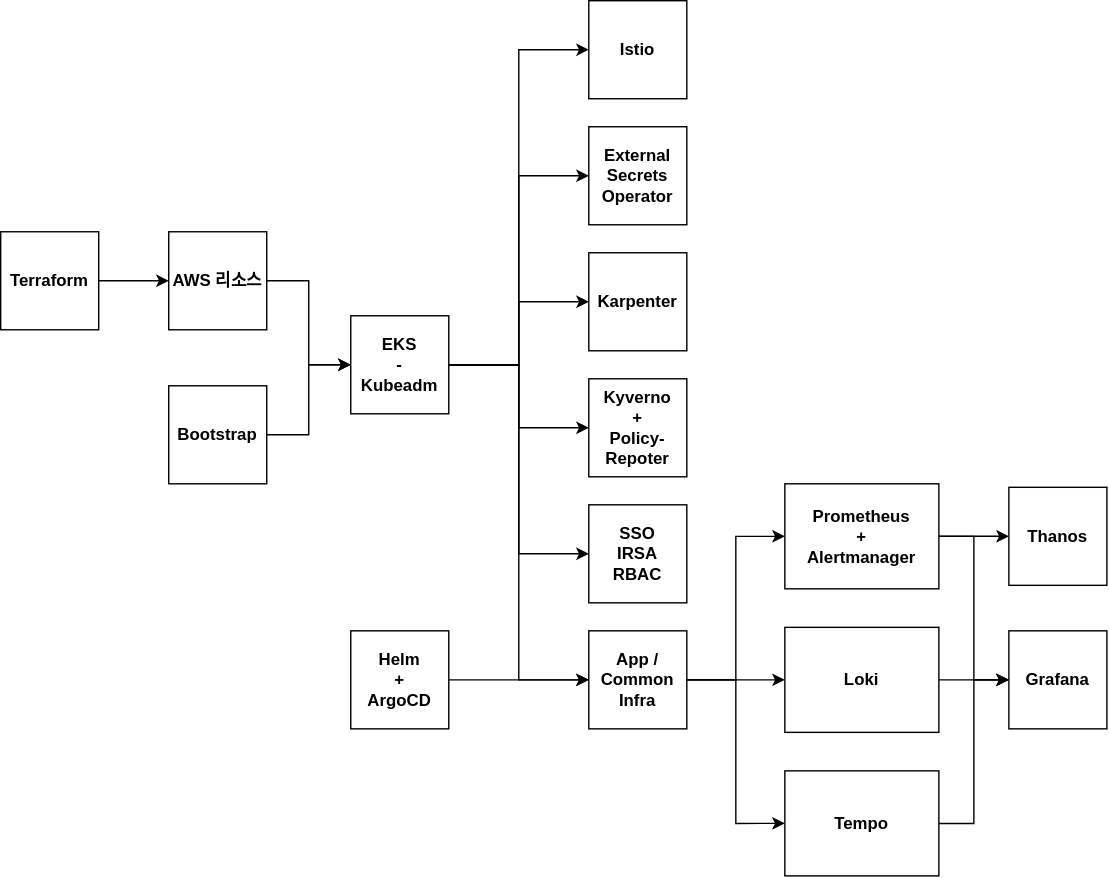
goorm-gongbang/001-finalPR keeps this draw.io diagram as public/images/infrastructure/architecture/02_infra-arc.svg. Above is the earlier version. Source tidied: cells renumbered, new cells last; positions are measured from the earlier drawing's top-left corner, leaving out a move shared by most shapes.
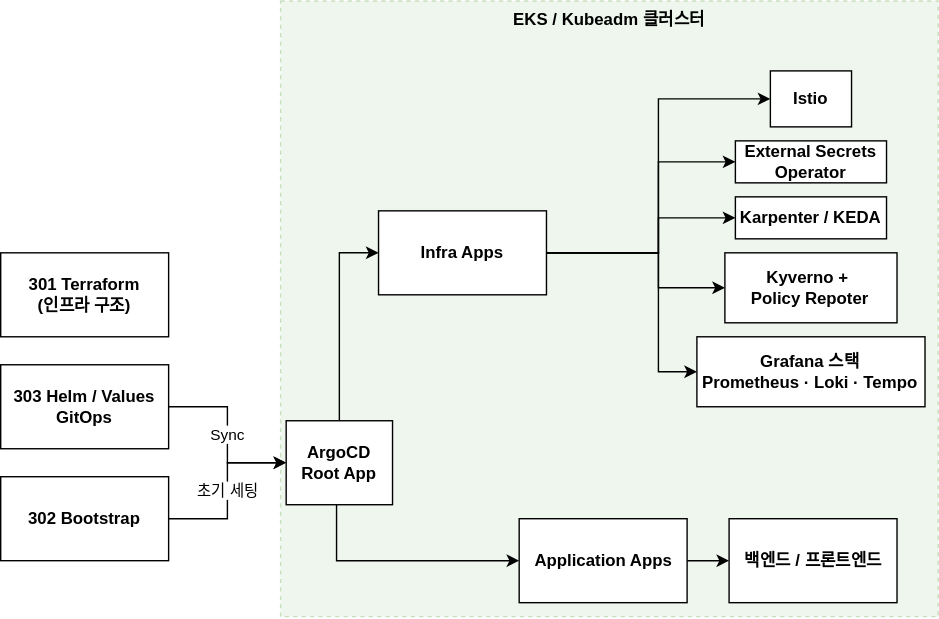
Above is the later version.

Change to the diagram source:
```diff
@@ -2,104 +2,98 @@
   <root>
     <mxCell id="0" />
     <mxCell id="1" parent="0" />
-    <mxCell id="2" value="&lt;b&gt;SSO&lt;/b&gt;&lt;div&gt;&lt;b&gt;IRSA&lt;/b&gt;&lt;/div&gt;&lt;div&gt;&lt;b&gt;RBAC&lt;/b&gt;&lt;/div&gt;" style="rounded=0;whiteSpace=wrap;html=1;" parent="1" vertex="1">
-      <mxGeometry x="420" y="360" width="70" height="70" as="geometry" />
-    </mxCell>
-    <mxCell id="3" style="edgeStyle=orthogonalEdgeStyle;rounded=0;jettySize=auto;html=1;entryX=0;entryY=0.5;entryDx=0;entryDy=0;" parent="1" edge="1" source="6" target="28">
-      <mxGeometry relative="1" as="geometry" />
-    </mxCell>
-    <mxCell id="4" style="edgeStyle=orthogonalEdgeStyle;rounded=0;jettySize=auto;html=1;entryX=0;entryY=0.5;entryDx=0;entryDy=0;" parent="1" edge="1" source="6" target="30">
-      <mxGeometry relative="1" as="geometry" />
-    </mxCell>
-    <mxCell id="5" style="edgeStyle=orthogonalEdgeStyle;rounded=0;jettySize=auto;html=1;entryX=0;entryY=0.5;entryDx=0;entryDy=0;" parent="1" edge="1" source="6" target="32">
-      <mxGeometry relative="1" as="geometry" />
-    </mxCell>
-    <mxCell id="6" value="&lt;b&gt;App /&lt;/b&gt;&lt;div&gt;&lt;b&gt;Common Infra&lt;/b&gt;&lt;/div&gt;" style="rounded=0;whiteSpace=wrap;html=1;" parent="1" vertex="1">
-      <mxGeometry x="420" y="450" width="70" height="70" as="geometry" />
-    </mxCell>
+    <mxCell id="35" value="&lt;b&gt;EKS / Kubeadm 클러스터&lt;/b&gt;" style="fillColor=#d5e8d4;strokeColor=#82b366;dashed=1;verticalAlign=top;fontStyle=0;whiteSpace=wrap;html=1;opacity=40;" parent="1" vertex="1">
+      <mxGeometry x="330" y="-15" width="470" height="440" as="geometry" />
+    </mxCell>
+    <mxCell id="36" value="&lt;b&gt;301 Terraform&lt;/b&gt;&lt;div&gt;&lt;b&gt;(인프라 구조)&lt;/b&gt;&lt;/div&gt;" style="rounded=0;whiteSpace=wrap;html=1;" parent="1" vertex="1">
+      <mxGeometry x="130" y="165" width="120" height="60" as="geometry" />
+    </mxCell>
+    <mxCell id="37" value="Sync" style="edgeStyle=orthogonalEdgeStyle;rounded=0;jettySize=auto;html=1;entryX=0;entryY=0.5;entryDx=0;entryDy=0;" parent="1" edge="1" source="38" target="43">
+      <mxGeometry relative="1" as="geometry" />
+    </mxCell>
+    <mxCell id="38" value="&lt;b&gt;303 Helm / Values&lt;/b&gt;&lt;div&gt;&lt;b&gt;GitOps&lt;/b&gt;&lt;/div&gt;" style="rounded=0;whiteSpace=wrap;html=1;" parent="1" vertex="1">
+      <mxGeometry x="130" y="245" width="120" height="60" as="geometry" />
+    </mxCell>
+    <mxCell id="39" value="초기 세팅" style="edgeStyle=orthogonalEdgeStyle;rounded=0;jettySize=auto;html=1;entryX=0;entryY=0.5;entryDx=0;entryDy=0;" parent="1" edge="1" source="40" target="43">
+      <mxGeometry relative="1" as="geometry" />
+    </mxCell>
+    <mxCell id="40" value="&lt;b&gt;302 Bootstrap&lt;/b&gt;" style="rounded=0;whiteSpace=wrap;html=1;" parent="1" vertex="1">
+      <mxGeometry x="130" y="325" width="120" height="60" as="geometry" />
+    </mxCell>
+    <mxCell id="41" style="edgeStyle=orthogonalEdgeStyle;rounded=0;jettySize=auto;html=1;entryX=0;entryY=0.5;entryDx=0;entryDy=0;" parent="1" edge="1" source="43" target="49">
+      <mxGeometry relative="1" as="geometry" />
+    </mxCell>
+    <mxCell id="42" style="edgeStyle=orthogonalEdgeStyle;rounded=0;jettySize=auto;html=1;entryX=0;entryY=0.5;entryDx=0;entryDy=0;" parent="1" edge="1" source="43" target="51">
+      <mxGeometry relative="1" as="geometry">
+        <Array as="points">
+          <mxPoint x="370" y="385" />
+        </Array>
+      </mxGeometry>
+    </mxCell>
+    <mxCell id="43" value="&lt;b&gt;ArgoCD&lt;/b&gt;&lt;div&gt;&lt;b&gt;Root App&lt;/b&gt;&lt;/div&gt;" style="rounded=0;whiteSpace=wrap;html=1;" parent="1" vertex="1">
+      <mxGeometry x="334" y="285" width="76" height="60" as="geometry" />
+    </mxCell>
+    <mxCell id="44" style="edgeStyle=orthogonalEdgeStyle;rounded=0;jettySize=auto;html=1;entryX=0;entryY=0.5;entryDx=0;entryDy=0;" parent="1" edge="1" source="49" target="7">
+      <mxGeometry relative="1" as="geometry" />
+    </mxCell>
+    <mxCell id="45" style="edgeStyle=orthogonalEdgeStyle;rounded=0;jettySize=auto;html=1;entryX=0;entryY=0.5;entryDx=0;entryDy=0;" parent="1" edge="1" source="49" target="8">
+      <mxGeometry relative="1" as="geometry">
+        <Array as="points">
+          <mxPoint x="600" y="165" />
+          <mxPoint x="600" y="100" />
+        </Array>
+      </mxGeometry>
+    </mxCell>
+    <mxCell id="46" style="edgeStyle=orthogonalEdgeStyle;rounded=0;jettySize=auto;html=1;entryX=0;entryY=0.5;entryDx=0;entryDy=0;" parent="1" edge="1" source="49" target="53">
+      <mxGeometry relative="1" as="geometry">
+        <Array as="points">
+          <mxPoint x="600" y="165" />
+          <mxPoint x="600" y="140" />
+        </Array>
+      </mxGeometry>
+    </mxCell>
+    <mxCell id="47" style="edgeStyle=orthogonalEdgeStyle;rounded=0;jettySize=auto;html=1;entryX=0;entryY=0.5;entryDx=0;entryDy=0;" parent="1" edge="1" source="49" target="54">
+      <mxGeometry relative="1" as="geometry">
+        <Array as="points">
+          <mxPoint x="600" y="165" />
+          <mxPoint x="600" y="190" />
+        </Array>
+      </mxGeometry>
+    </mxCell>
+    <mxCell id="48" style="edgeStyle=orthogonalEdgeStyle;rounded=0;jettySize=auto;html=1;entryX=0;entryY=0.5;entryDx=0;entryDy=0;" parent="1" edge="1" source="49" target="55">
+      <mxGeometry relative="1" as="geometry">
+        <Array as="points">
+          <mxPoint x="600" y="165" />
+          <mxPoint x="600" y="250" />
+        </Array>
+      </mxGeometry>
+    </mxCell>
+    <mxCell id="49" value="&lt;b&gt;Infra Apps&lt;/b&gt;" style="rounded=0;whiteSpace=wrap;html=1;" parent="1" vertex="1">
+      <mxGeometry x="400" y="135" width="120" height="60" as="geometry" />
+    </mxCell>
+    <mxCell id="50" style="edgeStyle=orthogonalEdgeStyle;rounded=0;jettySize=auto;html=1;" parent="1" edge="1" source="51" target="52">
+      <mxGeometry relative="1" as="geometry" />
+    </mxCell>
+    <mxCell id="51" value="&lt;b&gt;Application Apps&lt;/b&gt;" style="rounded=0;whiteSpace=wrap;html=1;" parent="1" vertex="1">
+      <mxGeometry x="500.5" y="355" width="120" height="60" as="geometry" />
+    </mxCell>
+    <mxCell id="52" value="&lt;b&gt;백엔드 / 프론트엔드&lt;/b&gt;" style="rounded=0;whiteSpace=wrap;html=1;" parent="1" vertex="1">
+      <mxGeometry x="650.5" y="355" width="120" height="60" as="geometry" />
+    </mxCell>
     <mxCell id="7" value="&lt;b&gt;Istio&lt;/b&gt;" style="rounded=0;whiteSpace=wrap;html=1;" parent="1" vertex="1">
-      <mxGeometry x="420" width="70" height="70" as="geometry" />
+      <mxGeometry x="680" y="35" width="58" height="40" as="geometry" />
     </mxCell>
-    <mxCell id="8" value="&lt;b&gt;External&lt;/b&gt;&lt;div&gt;&lt;b&gt;Secrets&lt;br&gt;Operator&lt;/b&gt;&lt;/div&gt;" style="rounded=0;whiteSpace=wrap;html=1;" parent="1" vertex="1">
-      <mxGeometry x="420" y="90" width="70" height="70" as="geometry" />
+    <mxCell id="8" value="&lt;b&gt;External Secrets Operator&lt;/b&gt;" style="rounded=0;whiteSpace=wrap;html=1;" parent="1" vertex="1">
+      <mxGeometry x="655" y="85" width="108" height="30" as="geometry" />
     </mxCell>
-    <mxCell id="9" value="&lt;b&gt;Karpenter&lt;/b&gt;" style="rounded=0;whiteSpace=wrap;html=1;" parent="1" vertex="1">
-      <mxGeometry x="420" y="180" width="70" height="70" as="geometry" />
-    </mxCell>
-    <mxCell id="10" value="&lt;b&gt;Kyverno&lt;/b&gt;&lt;div&gt;&lt;b&gt;+&lt;/b&gt;&lt;/div&gt;&lt;div&gt;&lt;b&gt;Policy-Repoter&lt;/b&gt;&lt;/div&gt;" style="rounded=0;whiteSpace=wrap;html=1;" parent="1" vertex="1">
-      <mxGeometry x="420" y="270" width="70" height="70" as="geometry" />
-    </mxCell>
-    <mxCell id="11" style="edgeStyle=orthogonalEdgeStyle;rounded=0;jettySize=auto;html=1;entryX=0;entryY=0.5;entryDx=0;entryDy=0;" parent="1" edge="1" source="12" target="23">
-      <mxGeometry relative="1" as="geometry" />
-    </mxCell>
-    <mxCell id="12" value="&lt;b&gt;AWS 리소스&lt;/b&gt;" style="rounded=0;whiteSpace=wrap;html=1;" parent="1" vertex="1">
-      <mxGeometry x="120" y="165" width="70" height="70" as="geometry" />
-    </mxCell>
-    <mxCell id="13" style="edgeStyle=orthogonalEdgeStyle;rounded=0;jettySize=auto;html=1;" parent="1" edge="1" source="14" target="12">
-      <mxGeometry relative="1" as="geometry" />
-    </mxCell>
-    <mxCell id="14" value="&lt;b&gt;Terraform&lt;/b&gt;" style="rounded=0;whiteSpace=wrap;html=1;" parent="1" vertex="1">
-      <mxGeometry y="165" width="70" height="70" as="geometry" />
-    </mxCell>
-    <mxCell id="15" style="edgeStyle=orthogonalEdgeStyle;rounded=0;jettySize=auto;html=1;entryX=0;entryY=0.5;entryDx=0;entryDy=0;" parent="1" edge="1" source="16" target="23">
-      <mxGeometry relative="1" as="geometry" />
-    </mxCell>
-    <mxCell id="16" value="&lt;b&gt;Bootstrap&lt;/b&gt;" style="rounded=0;whiteSpace=wrap;html=1;" parent="1" vertex="1">
-      <mxGeometry x="120" y="275" width="70" height="70" as="geometry" />
-    </mxCell>
-    <mxCell id="17" style="edgeStyle=orthogonalEdgeStyle;rounded=0;jettySize=auto;html=1;entryX=0;entryY=0.5;entryDx=0;entryDy=0;" parent="1" edge="1" source="23" target="7">
-      <mxGeometry relative="1" as="geometry" />
-    </mxCell>
-    <mxCell id="18" style="edgeStyle=orthogonalEdgeStyle;rounded=0;jettySize=auto;html=1;entryX=0;entryY=0.5;entryDx=0;entryDy=0;" parent="1" edge="1" source="23" target="8">
-      <mxGeometry relative="1" as="geometry" />
-    </mxCell>
-    <mxCell id="19" style="edgeStyle=orthogonalEdgeStyle;rounded=0;jettySize=auto;html=1;entryX=0;entryY=0.5;entryDx=0;entryDy=0;" parent="1" edge="1" source="23" target="9">
-      <mxGeometry relative="1" as="geometry" />
-    </mxCell>
-    <mxCell id="20" style="edgeStyle=orthogonalEdgeStyle;rounded=0;jettySize=auto;html=1;entryX=0;entryY=0.5;entryDx=0;entryDy=0;" parent="1" edge="1" source="23" target="10">
-      <mxGeometry relative="1" as="geometry" />
-    </mxCell>
-    <mxCell id="21" style="edgeStyle=orthogonalEdgeStyle;rounded=0;jettySize=auto;html=1;entryX=0;entryY=0.5;entryDx=0;entryDy=0;" parent="1" edge="1" source="23" target="2">
-      <mxGeometry relative="1" as="geometry" />
-    </mxCell>
-    <mxCell id="22" style="edgeStyle=orthogonalEdgeStyle;rounded=0;jettySize=auto;html=1;entryX=0;entryY=0.5;entryDx=0;entryDy=0;" parent="1" edge="1" source="23" target="6">
-      <mxGeometry relative="1" as="geometry" />
-    </mxCell>
-    <mxCell id="23" value="&lt;b&gt;EKS&lt;/b&gt;&lt;div&gt;&lt;b&gt;-&lt;/b&gt;&lt;/div&gt;&lt;div&gt;&lt;b&gt;Kubeadm&lt;/b&gt;&lt;/div&gt;" style="rounded=0;whiteSpace=wrap;html=1;" parent="1" vertex="1">
-      <mxGeometry x="250" y="225" width="70" height="70" as="geometry" />
-    </mxCell>
-    <mxCell id="24" style="edgeStyle=orthogonalEdgeStyle;rounded=0;jettySize=auto;html=1;" parent="1" edge="1" source="25" target="6">
-      <mxGeometry relative="1" as="geometry" />
-    </mxCell>
-    <mxCell id="25" value="&lt;b&gt;Helm&lt;/b&gt;&lt;div&gt;&lt;b&gt;+&lt;/b&gt;&lt;/div&gt;&lt;div&gt;&lt;b&gt;ArgoCD&lt;/b&gt;&lt;/div&gt;" style="rounded=0;whiteSpace=wrap;html=1;" parent="1" vertex="1">
-      <mxGeometry x="250" y="450" width="70" height="70" as="geometry" />
-    </mxCell>
-    <mxCell id="26" style="edgeStyle=orthogonalEdgeStyle;rounded=0;jettySize=auto;html=1;entryX=0;entryY=0.5;entryDx=0;entryDy=0;" parent="1" edge="1" source="28" target="33">
-      <mxGeometry relative="1" as="geometry" />
-    </mxCell>
-    <mxCell id="27" style="edgeStyle=orthogonalEdgeStyle;rounded=0;jettySize=auto;html=1;entryX=0;entryY=0.5;entryDx=0;entryDy=0;" parent="1" edge="1" source="28" target="34">
-      <mxGeometry relative="1" as="geometry" />
-    </mxCell>
-    <mxCell id="28" value="&lt;b&gt;Prometheus&lt;/b&gt;&lt;div&gt;&lt;b&gt;+&lt;/b&gt;&lt;/div&gt;&lt;div&gt;&lt;b&gt;Alertmanager&lt;/b&gt;&lt;/div&gt;" style="rounded=0;whiteSpace=wrap;html=1;" parent="1" vertex="1">
-      <mxGeometry x="560" y="345" width="110" height="75" as="geometry" />
-    </mxCell>
-    <mxCell id="29" style="edgeStyle=orthogonalEdgeStyle;rounded=0;jettySize=auto;html=1;entryX=0;entryY=0.5;entryDx=0;entryDy=0;" parent="1" edge="1" source="30" target="34">
-      <mxGeometry relative="1" as="geometry" />
-    </mxCell>
-    <mxCell id="30" value="&lt;b&gt;Loki&lt;/b&gt;" style="rounded=0;whiteSpace=wrap;html=1;" parent="1" vertex="1">
-      <mxGeometry x="560" y="447.5" width="110" height="75" as="geometry" />
-    </mxCell>
-    <mxCell id="31" style="edgeStyle=orthogonalEdgeStyle;rounded=0;jettySize=auto;html=1;entryX=0;entryY=0.5;entryDx=0;entryDy=0;" parent="1" edge="1" source="32" target="34">
-      <mxGeometry relative="1" as="geometry" />
-    </mxCell>
-    <mxCell id="32" value="&lt;b&gt;Tempo&lt;/b&gt;" style="rounded=0;whiteSpace=wrap;html=1;" parent="1" vertex="1">
-      <mxGeometry x="560" y="550" width="110" height="75" as="geometry" />
-    </mxCell>
-    <mxCell id="33" value="&lt;b&gt;Thanos&lt;/b&gt;" style="rounded=0;whiteSpace=wrap;html=1;" parent="1" vertex="1">
-      <mxGeometry x="720" y="347.5" width="70" height="70" as="geometry" />
-    </mxCell>
-    <mxCell id="34" value="&lt;b&gt;Grafana&lt;/b&gt;" style="rounded=0;whiteSpace=wrap;html=1;" parent="1" vertex="1">
-      <mxGeometry x="720" y="450" width="70" height="70" as="geometry" />
-    </mxCell>
+    <mxCell id="53" value="&lt;b&gt;Karpenter / KEDA&lt;/b&gt;" style="rounded=0;whiteSpace=wrap;html=1;" parent="1" vertex="1">
+      <mxGeometry x="655" y="125" width="108" height="30" as="geometry" />
+    </mxCell>
+    <mxCell id="54" value="&lt;b&gt;Kyverno +&amp;nbsp;&lt;/b&gt;&lt;div&gt;&lt;b&gt;Policy Repoter&lt;/b&gt;&lt;/div&gt;" style="rounded=0;whiteSpace=wrap;html=1;" parent="1" vertex="1">
+      <mxGeometry x="647.5" y="165" width="123" height="50" as="geometry" />
+    </mxCell>
+    <mxCell id="55" value="&lt;b&gt;Grafana 스택&lt;/b&gt;&lt;div&gt;&lt;b&gt;Prometheus · Loki · Tempo&lt;/b&gt;&lt;/div&gt;" style="rounded=0;whiteSpace=wrap;html=1;" parent="1" vertex="1">
+      <mxGeometry x="627.5" y="225" width="163" height="50" as="geometry" />
+    </mxCell>
   </root>
 </mxGraphModel>
```
